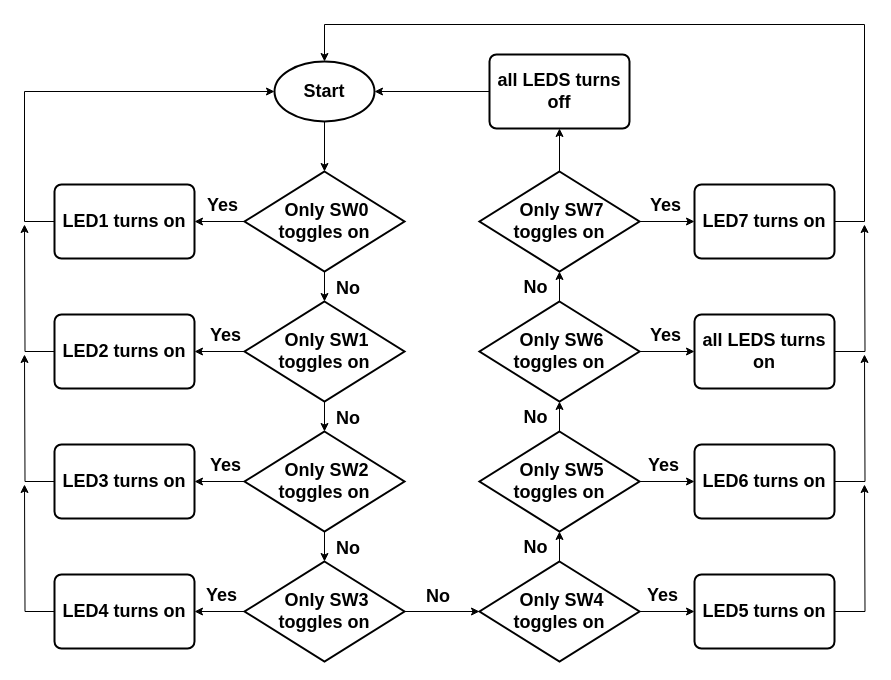
The draw.io diagram page "task1" (1 of 3) of MEC302_flowcharts.drawio in 1102131860/MEC302, before the edit. Source tidied: cells renumbered, new cells numbered last; positions are measured from the earlier drawing's top-left corner, leaving out a move shared by most shapes. Both pictures are drawn from the tidied source at 100%, with x=0, y=0 at pixel (24, 24).
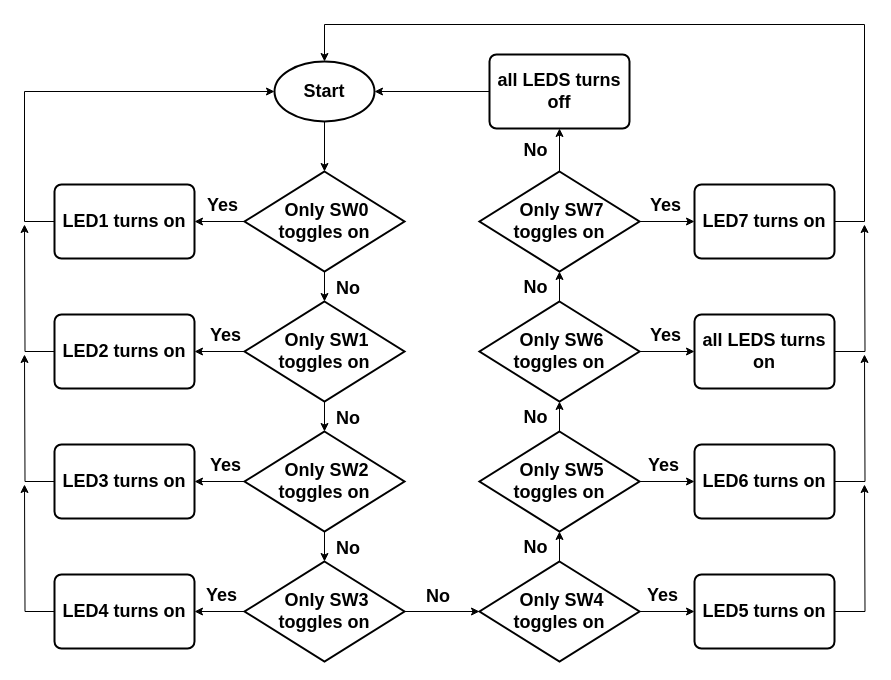
Above is the later version.

The change refers to these unchanged cells:
```xml
<mxCell id="50" style="endArrow=classic;html=1;rounded=0;entryX=0.5;entryY=1;entryDx=0;entryDy=0;exitX=0.5;exitY=0;exitDx=0;exitDy=0;exitPerimeter=0;" parent="1" edge="1" source="26" target="19">
  <mxGeometry relative="1" as="geometry" />
</mxCell>
```

What changed in the source:
```diff
@@
+    <mxCell id="61" value="&lt;b&gt;&lt;font style=&quot;font-size: 18px;&quot;&gt;No&lt;/font&gt;&lt;/b&gt;" style="edgeLabel;html=1;align=center;verticalAlign=middle;" parent="50" vertex="1">
+      <mxGeometry x="0.02" y="3" relative="1" as="geometry">
+        <mxPoint x="-22" as="offset" />
+      </mxGeometry>
+    </mxCell>
```
